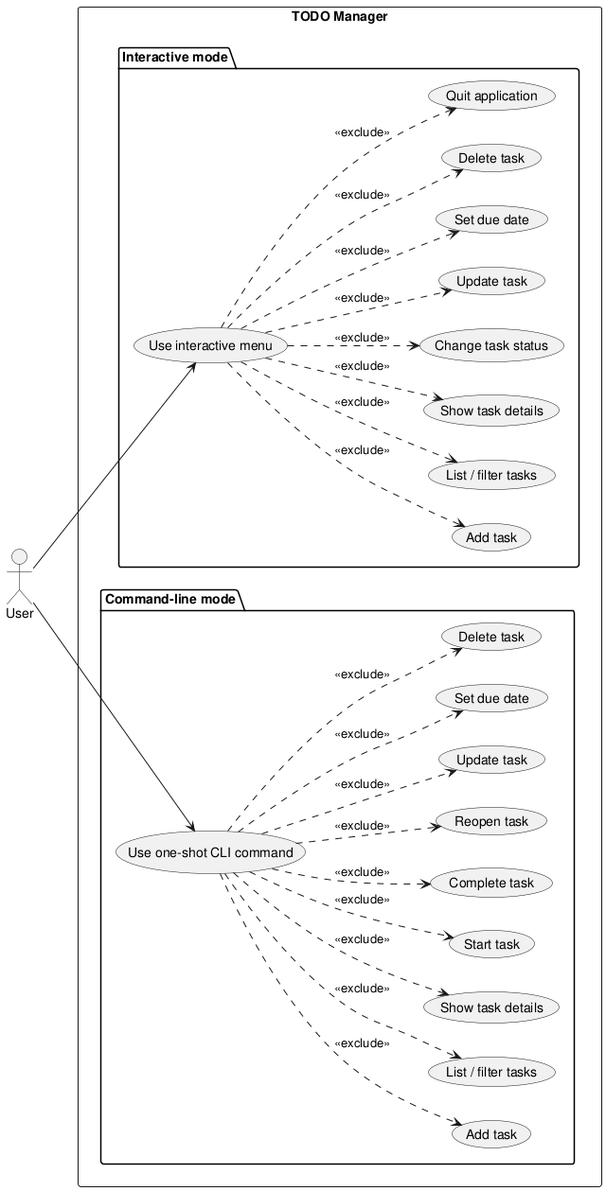
Before: experiments/pipeline/user_stories/TODO/artifacts/use_case_diagram.png, a diagram exported from PlantUML (DanielRiha8906/Software_autoevolution_using_agents).
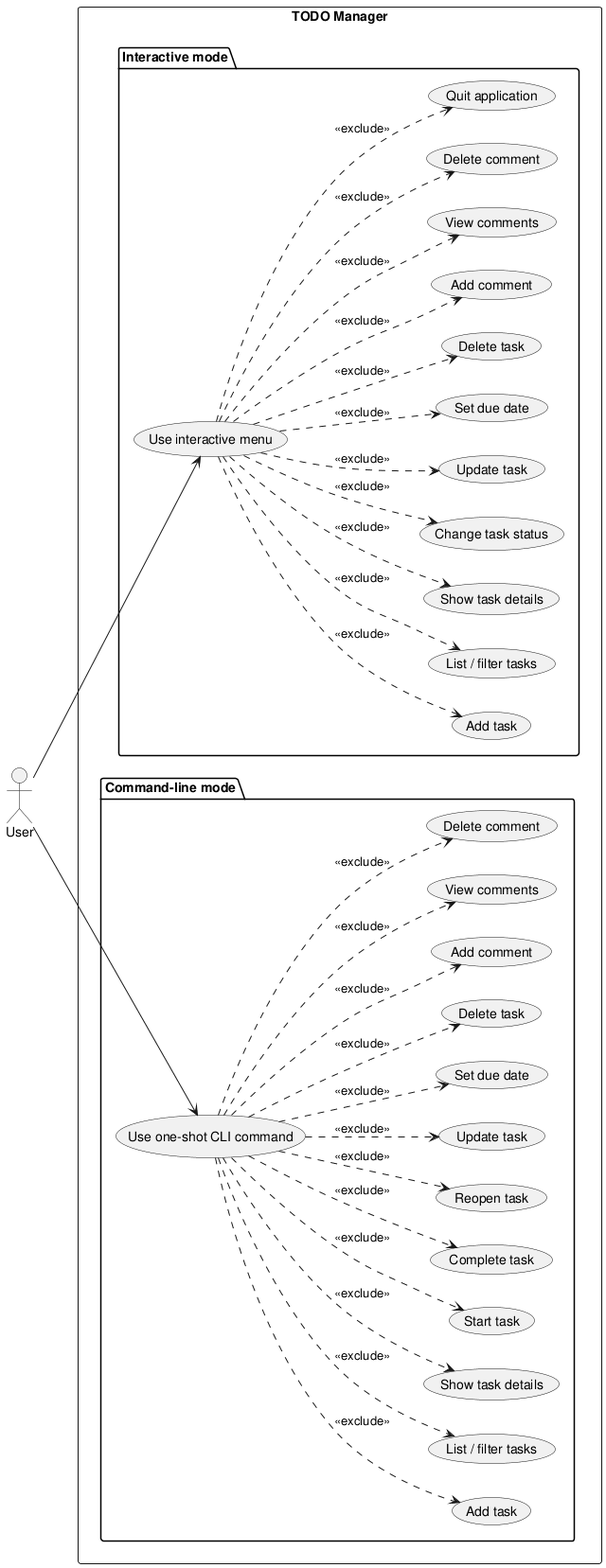
After the change.

The edit, as a diff of the source:
```diff
@@ -15,6 +15,9 @@
     usecase "Update task" as I_UPDATE
     usecase "Set due date" as I_DUEDATE
     usecase "Delete task" as I_DELETE
+    usecase "Add comment" as I_COMMENT_ADD
+    usecase "View comments" as I_COMMENT_VIEW
+    usecase "Delete comment" as I_COMMENT_DELETE
     usecase "Quit application" as I_QUIT
   }
 
@@ -29,6 +32,9 @@
     usecase "Update task" as C_UPDATE
     usecase "Set due date" as C_DUEDATE
     usecase "Delete task" as C_DELETE
+    usecase "Add comment" as C_COMMENT_ADD
+    usecase "View comments" as C_COMMENT_VIEW
+    usecase "Delete comment" as C_COMMENT_DELETE
   }
 }
 
@@ -42,6 +48,9 @@
 UI ..> I_UPDATE   : <<exclude>>
 UI ..> I_DUEDATE  : <<exclude>>
 UI ..> I_DELETE   : <<exclude>>
+UI ..> I_COMMENT_ADD : <<exclude>>
+UI ..> I_COMMENT_VIEW : <<exclude>>
+UI ..> I_COMMENT_DELETE : <<exclude>>
 UI ..> I_QUIT     : <<exclude>>
 
 CLI ..> C_ADD     : <<exclude>>
@@ -53,5 +62,8 @@
 CLI ..> C_UPDATE  : <<exclude>>
 CLI ..> C_DUEDATE : <<exclude>>
 CLI ..> C_DELETE  : <<exclude>>
+CLI ..> C_COMMENT_ADD : <<exclude>>
+CLI ..> C_COMMENT_VIEW : <<exclude>>
+CLI ..> C_COMMENT_DELETE : <<exclude>>
 
 @enduml
```
